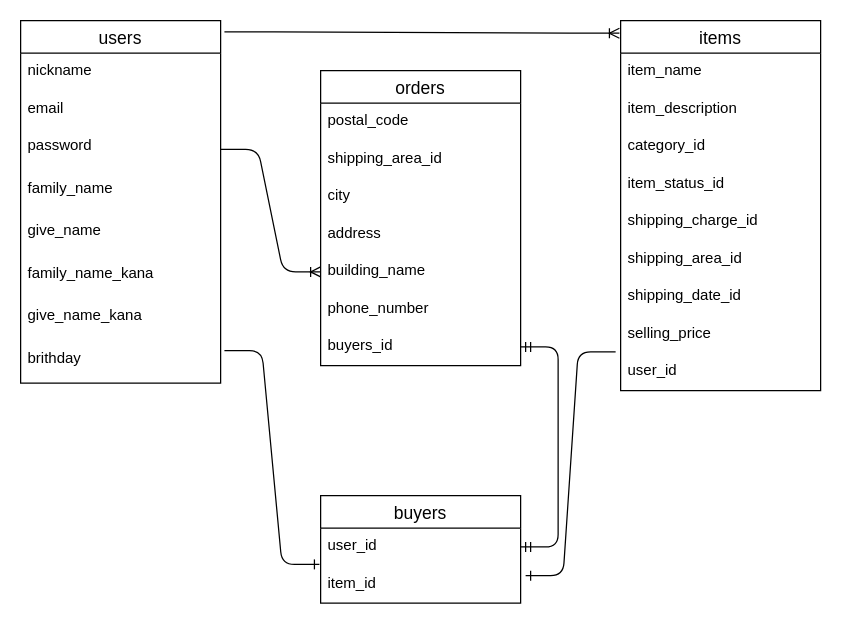
daiki-tech/furima-34398 keeps this draw.io diagram as test.dio. Above is the earlier version. Source tidied: cells renumbered, new cells numbered last; positions are measured from the earlier drawing's top-left corner, leaving out a move shared by most shapes. Both pictures are drawn from the tidied source at 125%, with x=0, y=0 at pixel (20, 20).
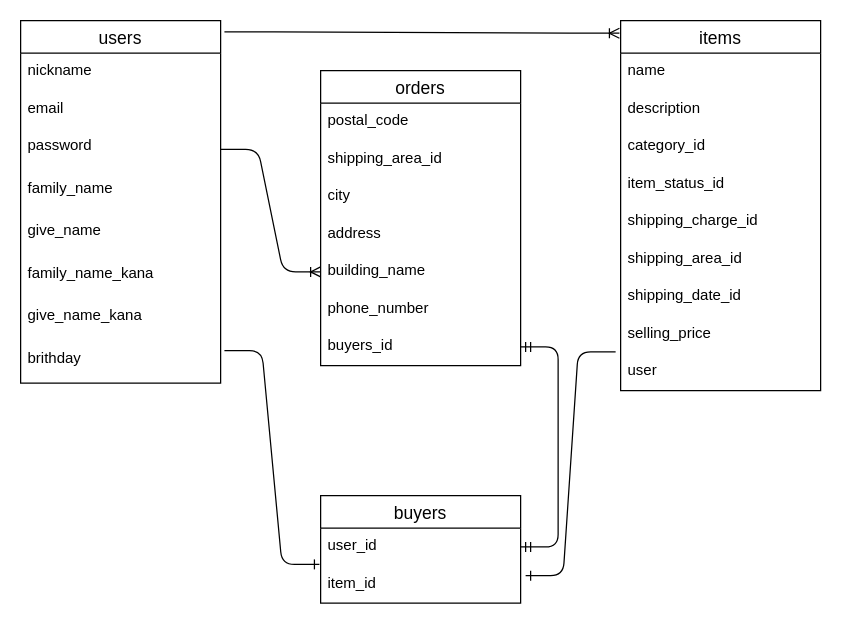
The same diagram, later.

Unchanged cells that the change refers to:
```xml
<mxCell id="11" value="items" style="swimlane;fontStyle=0;horizontal=1;startSize=26;align=center;fontSize=14;" parent="1" vertex="1">
  <mxGeometry x="480" width="160" height="296" as="geometry" />
</mxCell>
```

The edit, as a diff of the source:
```diff
@@
-    <mxCell id="12" value="item_name" style="text;strokeColor=none;fillColor=none;spacingLeft=4;spacingRight=4;overflow=hidden;fontSize=12;" parent="11" vertex="1">
+    <mxCell id="12" value="name" style="text;strokeColor=none;fillColor=none;spacingLeft=4;spacingRight=4;overflow=hidden;fontSize=12;" parent="11" vertex="1">
       <mxGeometry y="26" width="160" height="30" as="geometry" />
     </mxCell>
-    <mxCell id="13" value="item_description" style="text;strokeColor=none;fillColor=none;spacingLeft=4;spacingRight=4;overflow=hidden;fontSize=12;" parent="11" vertex="1">
+    <mxCell id="13" value="description" style="text;strokeColor=none;fillColor=none;spacingLeft=4;spacingRight=4;overflow=hidden;fontSize=12;" parent="11" vertex="1">
       <mxGeometry y="56" width="160" height="30" as="geometry" />
     </mxCell>
@@
-    <mxCell id="20" value="user_id" style="text;strokeColor=none;fillColor=none;spacingLeft=4;spacingRight=4;overflow=hidden;fontSize=12;" parent="11" vertex="1">
+    <mxCell id="20" value="user" style="text;strokeColor=none;fillColor=none;spacingLeft=4;spacingRight=4;overflow=hidden;fontSize=12;" parent="11" vertex="1">
       <mxGeometry y="266" width="160" height="30" as="geometry" />
     </mxCell>
```
